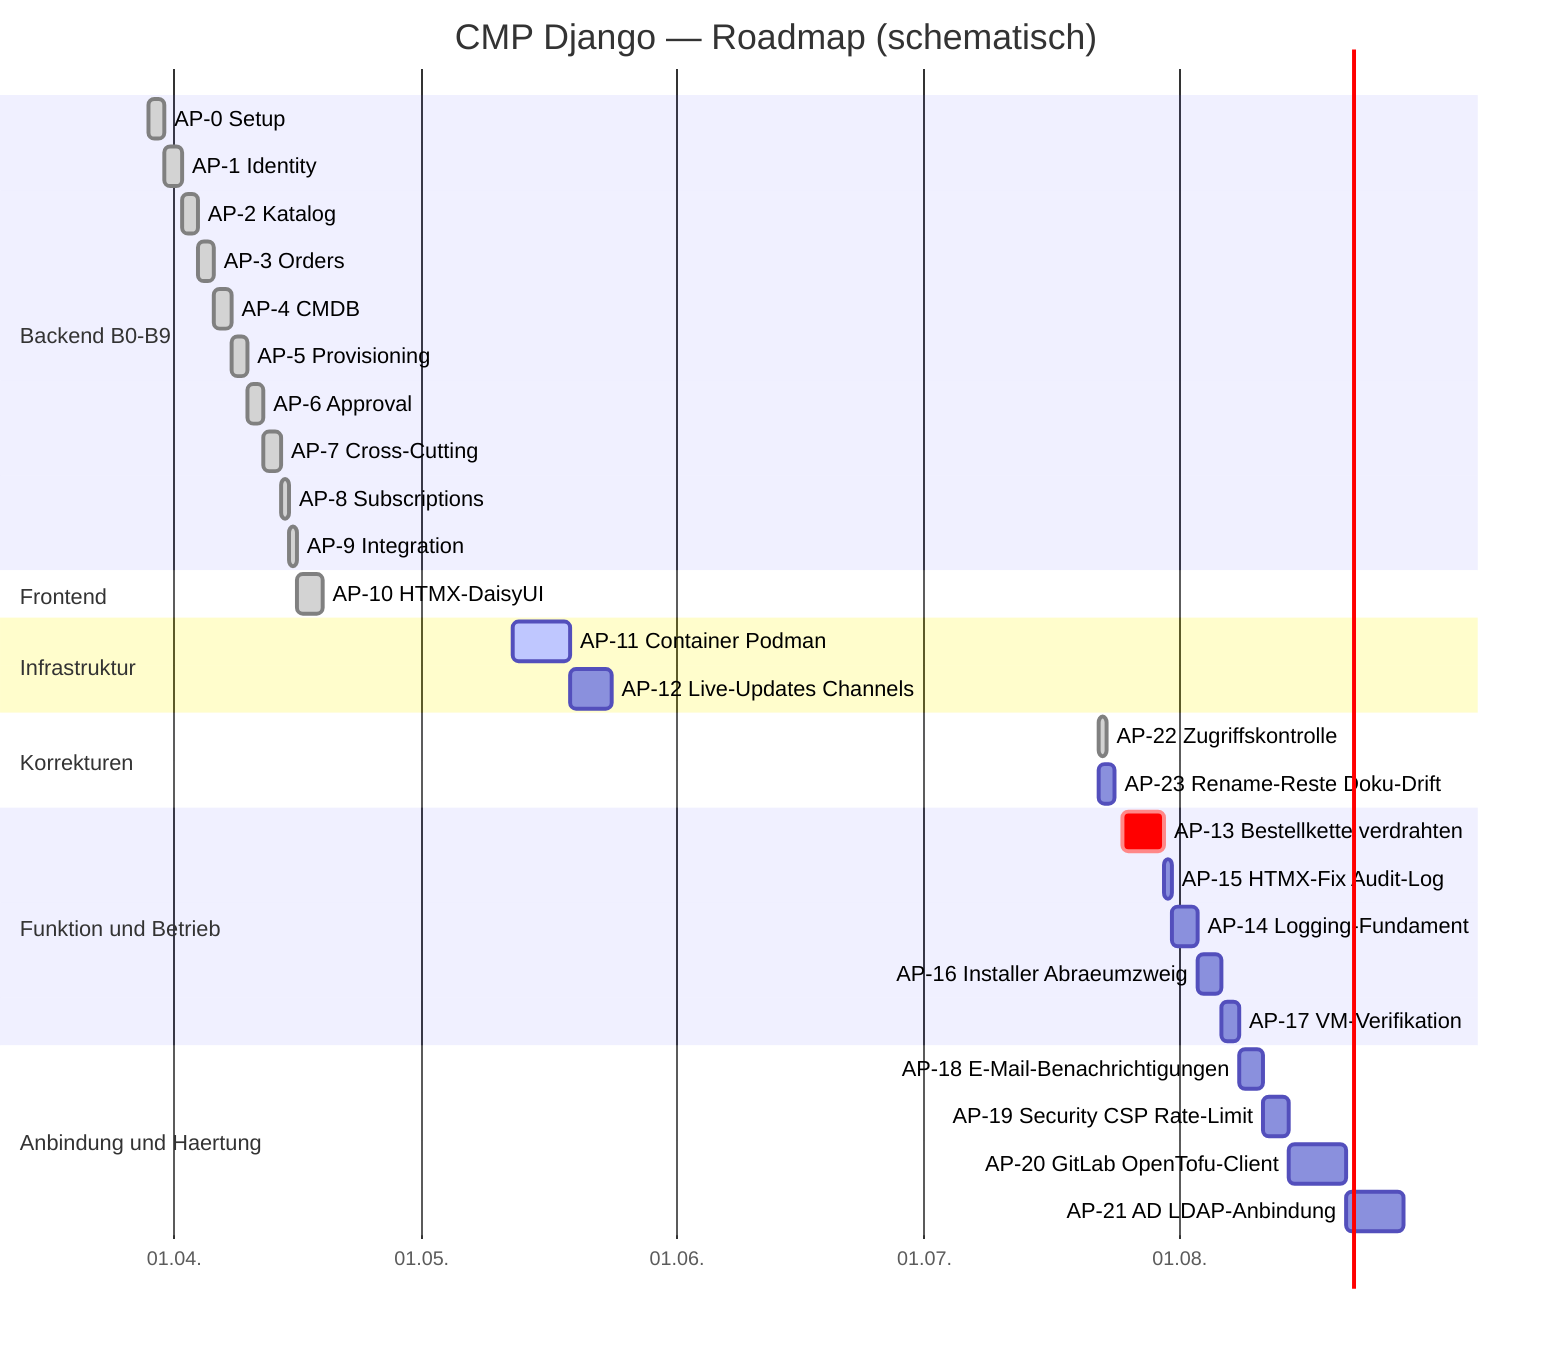
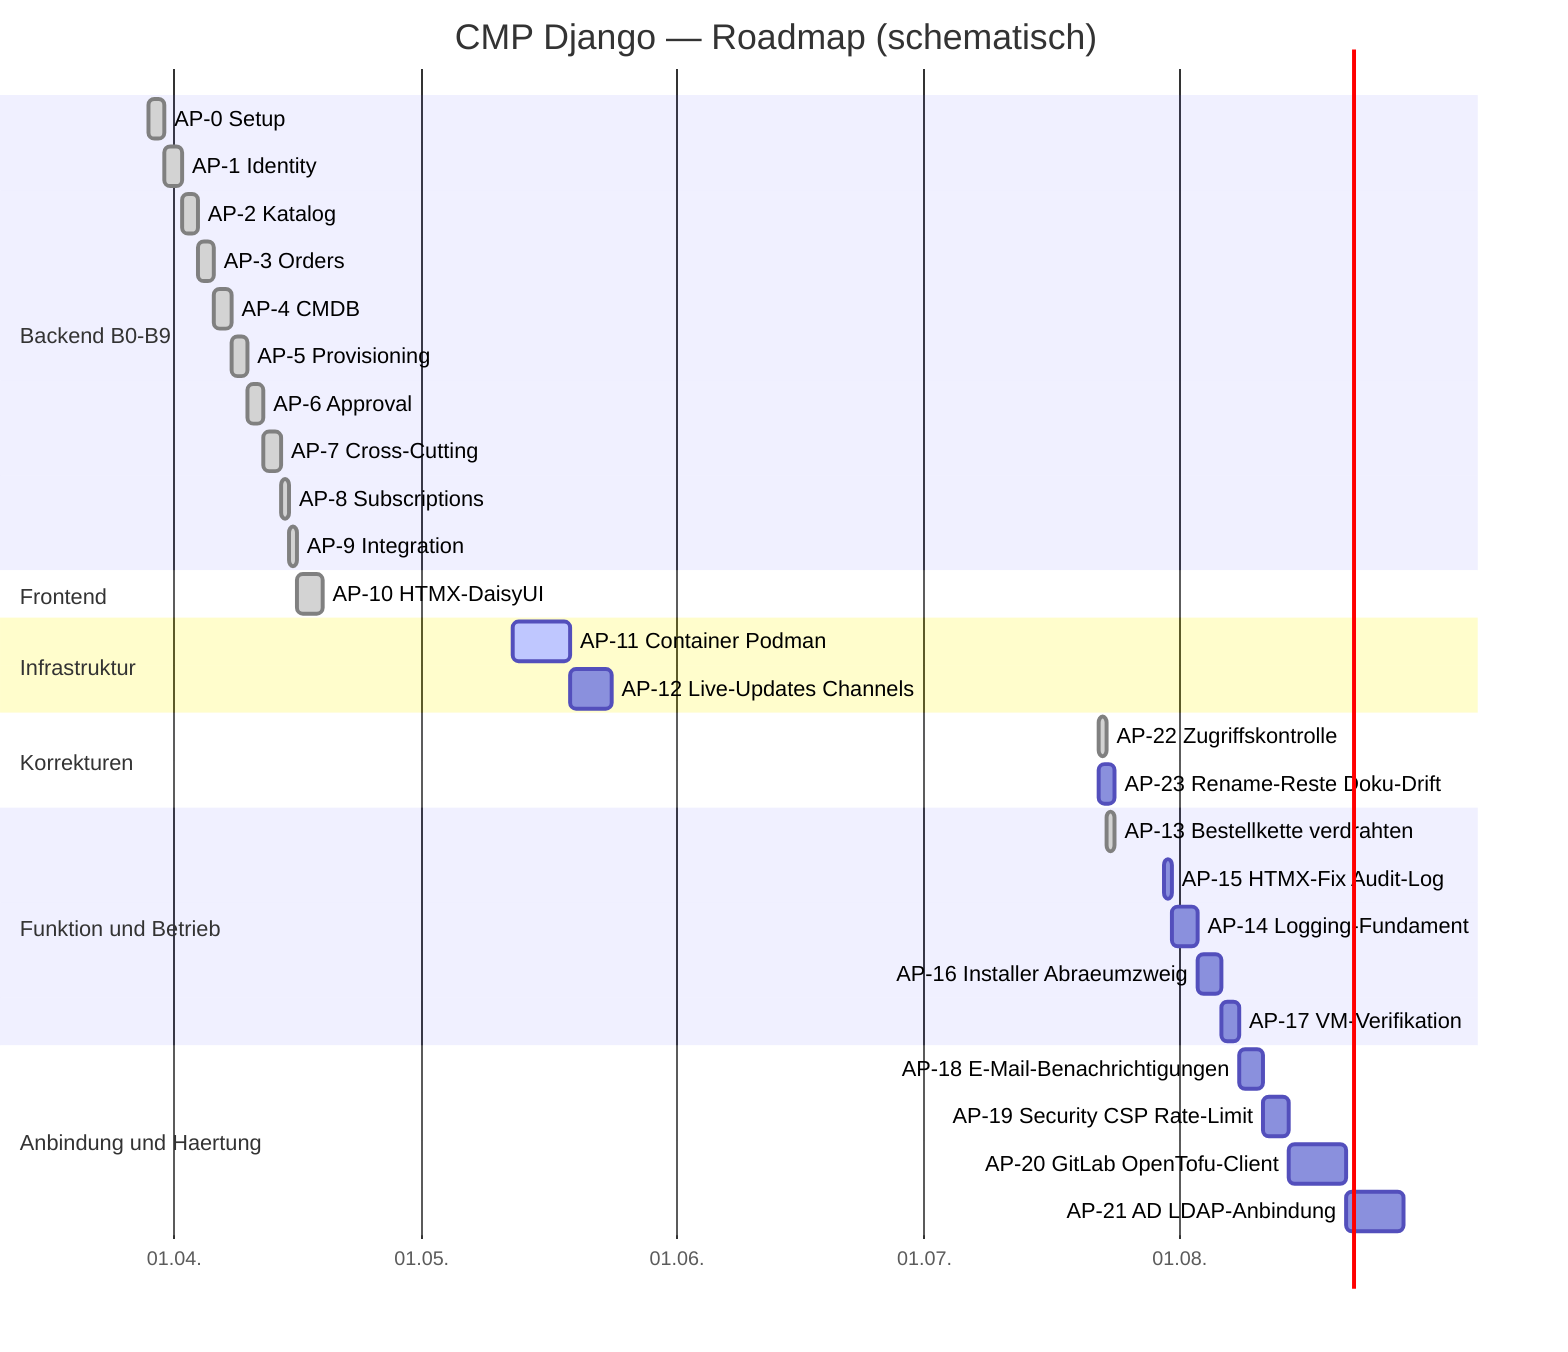
gantt
    title CMP Django — Roadmap (schematisch)
    dateFormat YYYY-MM-DD
    axisFormat %d.%m.
    section Backend B0-B9
    AP-0 Setup            :done, a0, 2026-03-29, 2d
    AP-1 Identity         :done, a1, 2026-03-31, 2d
    AP-2 Katalog          :done, a2, 2026-04-02, 2d
    AP-3 Orders           :done, a3, 2026-04-04, 2d
    AP-4 CMDB             :done, a4, 2026-04-06, 2d
    AP-5 Provisioning     :done, a5, 2026-04-08, 2d
    AP-6 Approval         :done, a6, 2026-04-10, 2d
    AP-7 Cross-Cutting    :done, a7, 2026-04-12, 2d
    AP-8 Subscriptions    :done, a8, 2026-04-14, 1d
    AP-9 Integration      :done, a9, 2026-04-15, 1d
    section Frontend
    AP-10 HTMX-DaisyUI    :done, a10, 2026-04-16, 3d
    section Infrastruktur
    AP-11 Container Podman :active, a11, 2026-05-12, 7d
    AP-12 Live-Updates Channels :a12, 2026-05-19, 5d
    section Korrekturen
    AP-22 Zugriffskontrolle       :done, a22, 2026-07-22, 1d
    AP-23 Rename-Reste Doku-Drift :a23, 2026-07-22, 2d
    section Funktion und Betrieb
-     AP-13 Bestellkette verdrahten :crit, a13, 2026-07-25, 5d
+     AP-13 Bestellkette verdrahten :done, a13, 2026-07-23, 1d
    AP-15 HTMX-Fix Audit-Log      :a15, 2026-07-30, 1d
    AP-14 Logging-Fundament       :a14, 2026-07-31, 3d
    AP-16 Installer Abraeumzweig  :a16, 2026-08-03, 3d
    AP-17 VM-Verifikation         :a17, 2026-08-06, 2d
    section Anbindung und Haertung
    AP-18 E-Mail-Benachrichtigungen :a18, 2026-08-08, 3d
    AP-19 Security CSP Rate-Limit   :a19, 2026-08-11, 3d
    AP-20 GitLab OpenTofu-Client    :a20, 2026-08-14, 7d
    AP-21 AD LDAP-Anbindung         :a21, 2026-08-21, 7d
